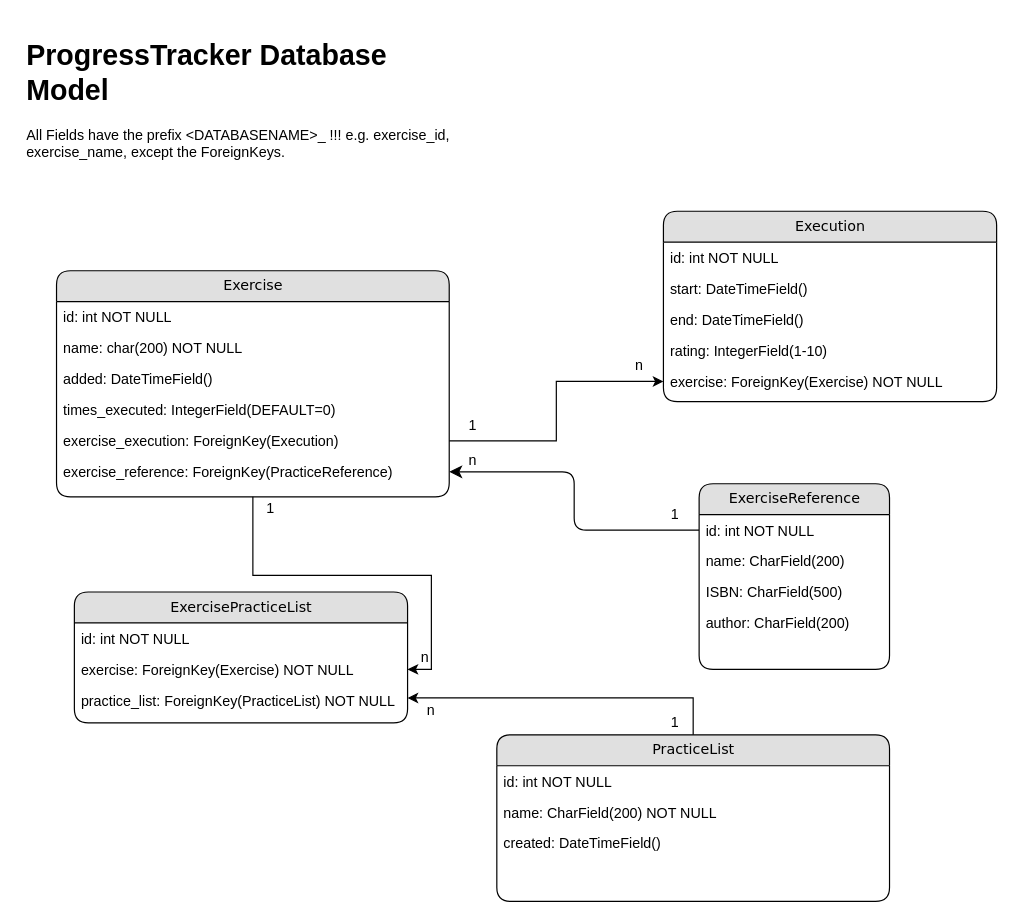
The draw.io diagram db_diagram.drawio in pkhurt/practicity, before the edit. Source tidied: cells renumbered, new cells numbered last; positions are measured from the earlier drawing's top-left corner, leaving out a move shared by most shapes. Both pictures are drawn from the tidied source at 119%, with x=0, y=0 at pixel (20, 32).
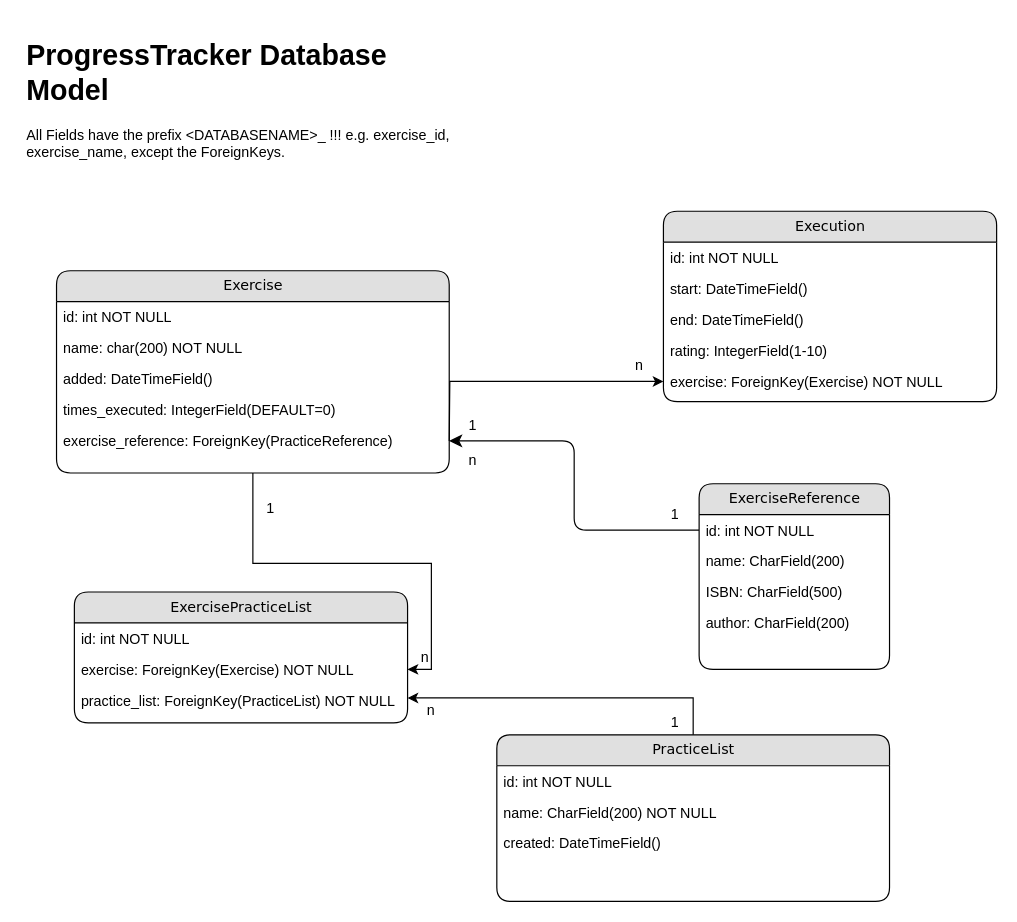
The same page after the edit.

Commit message (it also covers changes not shown here):
Added exercise execution form on exercises view.

The change refers to these unchanged cells:
```xml
<mxCell id="38" value="exercise: ForeignKey(Exercise) NOT NULL" style="text;html=1;strokeColor=none;fillColor=none;spacingLeft=4;spacingRight=4;whiteSpace=wrap;overflow=hidden;points=[[0,0.5],[1,0.5]];portConstraint=eastwest;" parent="33" vertex="1">
  <mxGeometry y="130" width="280" height="26" as="geometry" />
</mxCell>
```

Diff of the diagram source:
```diff
@@
     <mxCell id="3" value="Exercise" style="swimlane;html=1;fontStyle=0;horizontal=1;startSize=26;fillColor=#e0e0e0;swimlaneFillColor=#ffffff;align=center;rounded=1;shadow=0;comic=0;labelBackgroundColor=none;strokeWidth=1;fontFamily=Verdana;fontSize=12;" parent="1" vertex="1">
-      <mxGeometry x="30" y="200" width="330" height="190" as="geometry" />
+      <mxGeometry x="30" y="200" width="330" height="170" as="geometry" />
     </mxCell>
@@
-    <mxCell id="8" value="exercise_execution: ForeignKey(Execution)" style="text;html=1;strokeColor=none;fillColor=none;spacingLeft=4;spacingRight=4;whiteSpace=wrap;overflow=hidden;points=[[0,0.5],[1,0.5]];portConstraint=eastwest;" parent="3" vertex="1">
-      <mxGeometry y="130" width="330" height="26" as="geometry" />
-    </mxCell>
     <mxCell id="9" value="exercise_reference: ForeignKey(PracticeReference)" style="text;html=1;strokeColor=none;fillColor=none;spacingLeft=4;spacingRight=4;whiteSpace=wrap;overflow=hidden;points=[[0,0.5],[1,0.5]];portConstraint=eastwest;" parent="3" vertex="1">
-      <mxGeometry y="156" width="330" height="26" as="geometry" />
+      <mxGeometry y="130" width="330" height="26" as="geometry" />
     </mxCell>
@@
-    <mxCell id="27" style="edgeStyle=orthogonalEdgeStyle;rounded=0;jettySize=auto;html=1;entryX=0;entryY=0.5;entryDx=0;entryDy=0;" parent="1" edge="1" source="8" target="38">
-      <mxGeometry relative="1" as="geometry" />
+    <mxCell id="27" style="edgeStyle=orthogonalEdgeStyle;rounded=0;jettySize=auto;html=1;entryX=0;entryY=0.5;entryDx=0;entryDy=0;" parent="1" edge="1" target="38">
+      <mxGeometry relative="1" as="geometry">
+        <mxPoint x="360" y="343" as="sourcePoint" />
+      </mxGeometry>
     </mxCell>
```
